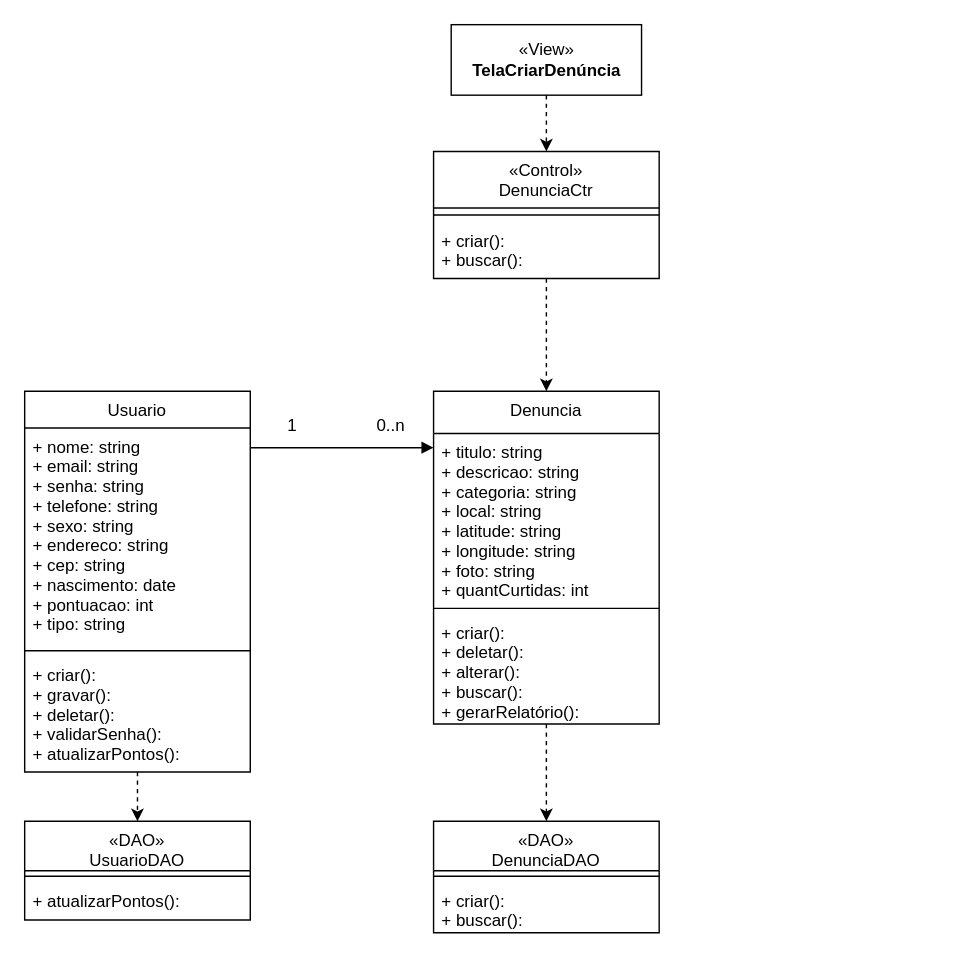
Before: Documentação/Diagramas/Diagramas de Casos de Uso/Diagrama de Caso de Uso Criar Denuncia.drawio in frsouzaa/Documentacao-TCC-NossaVia, a draw.io diagram. Source tidied: cells renumbered, new cells numbered last; positions are measured from the earlier drawing's top-left corner, leaving out a move shared by most shapes. Both pictures are drawn from the tidied source at 141%, with x=0, y=0 at pixel (24, 24).
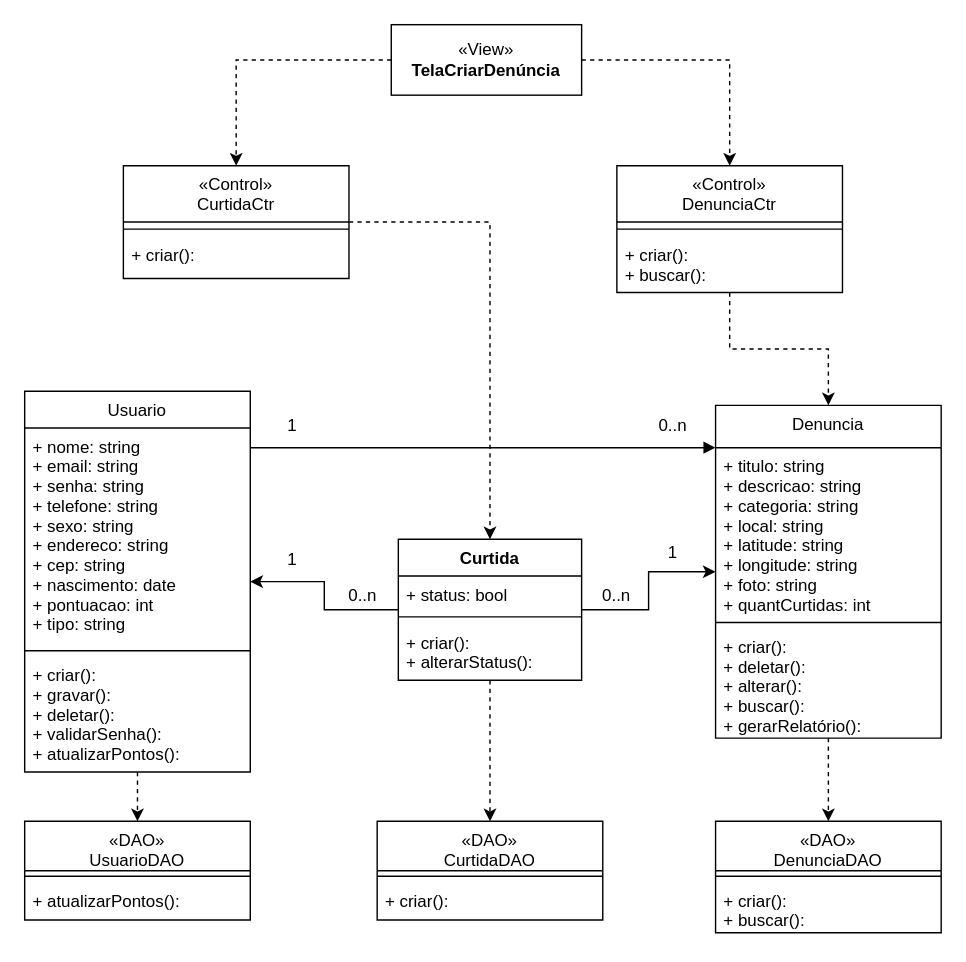
Above is the later version.

Commit message (it also covers changes not shown here):
ajustes nos diagramas de caso de uso

Unchanged cells that the change refers to:
```xml
<mxCell id="7" value="Usuario" style="swimlane;fontStyle=0;align=center;verticalAlign=top;horizontal=1;startSize=26;rounded=0;shadow=0;strokeWidth=1;" parent="1" vertex="1">
  <mxGeometry y="260" width="160" height="270" as="geometry" />
</mxCell>
```

Change to the diagram source:
```diff
@@
     <mxCell id="2" value="Denuncia" style="swimlane;fontStyle=0;align=center;verticalAlign=top;horizontal=1;startSize=30;rounded=0;shadow=0;strokeWidth=1;" parent="1" vertex="1">
-      <mxGeometry x="290" y="260" width="160" height="236" as="geometry" />
+      <mxGeometry x="490" y="270" width="160" height="236" as="geometry" />
     </mxCell>
@@
+    <mxCell id="27" style="edgeStyle=orthogonalEdgeStyle;rounded=0;jettySize=auto;html=1;entryX=0.5;entryY=0;entryDx=0;entryDy=0;dashed=1;exitX=0;exitY=0.5;exitDx=0;exitDy=0;" parent="1" edge="1" source="16" target="29">
+      <mxGeometry relative="1" as="geometry" />
+    </mxCell>
     <mxCell id="16" value="«View»&lt;br&gt;&lt;b&gt;TelaCriarDenúncia&lt;br&gt;&lt;/b&gt;" style="html=1;whiteSpace=wrap;" parent="1" vertex="1">
-      <mxGeometry x="302.5" width="135" height="50" as="geometry" />
+      <mxGeometry x="260" width="135" height="50" as="geometry" />
     </mxCell>
@@
     <mxCell id="18" value="«Control»&#10;DenunciaCtr" style="swimlane;fontStyle=0;align=center;verticalAlign=top;horizontal=1;startSize=40;rounded=0;shadow=0;strokeWidth=1;" parent="1" vertex="1">
-      <mxGeometry x="290" y="90" width="160" height="90" as="geometry" />
+      <mxGeometry x="420" y="100" width="160" height="90" as="geometry" />
     </mxCell>
@@
     <mxCell id="22" value="0..n" style="text;html=1;align=center;verticalAlign=middle;whiteSpace=wrap;rounded=0;" parent="1" vertex="1">
-      <mxGeometry x="230" y="270" width="60" height="30" as="geometry" />
+      <mxGeometry x="430" y="270" width="60" height="30" as="geometry" />
     </mxCell>
-    <mxCell id="23" style="endArrow=block;endFill=1;html=1;edgeStyle=orthogonalEdgeStyle;align=left;verticalAlign=top;rounded=0;" parent="1" edge="1">
+    <mxCell id="23" style="endArrow=block;endFill=1;html=1;edgeStyle=orthogonalEdgeStyle;align=left;verticalAlign=top;rounded=0;" parent="1" edge="1" target="2">
       <mxGeometry x="-1" relative="1" as="geometry">
         <mxPoint x="160" y="300" as="sourcePoint" />
-        <mxPoint x="290" y="300" as="targetPoint" />
+        <Array as="points">
+          <mxPoint x="400" y="300" />
+          <mxPoint x="400" y="300" />
+        </Array>
       </mxGeometry>
     </mxCell>
     <mxCell id="24" value="«DAO»&#10;DenunciaDAO&#10;" style="swimlane;fontStyle=0;align=center;verticalAlign=top;horizontal=1;startSize=35;rounded=0;shadow=0;strokeWidth=1;" parent="1" vertex="1">
-      <mxGeometry x="290" y="565" width="160" height="79" as="geometry" />
+      <mxGeometry x="490" y="565" width="160" height="79" as="geometry" />
     </mxCell>
@@
+    <mxCell id="28" style="edgeStyle=orthogonalEdgeStyle;rounded=0;jettySize=auto;html=1;entryX=0.5;entryY=0;entryDx=0;entryDy=0;dashed=1;" parent="1" edge="1" source="29" target="35">
+      <mxGeometry relative="1" as="geometry" />
+    </mxCell>
+    <mxCell id="29" value="«Control»&#10;CurtidaCtr" style="swimlane;fontStyle=0;align=center;verticalAlign=top;horizontal=1;startSize=40;rounded=0;shadow=0;strokeWidth=1;" parent="1" vertex="1">
+      <mxGeometry x="70" y="100" width="160" height="80" as="geometry" />
+    </mxCell>
+    <mxCell id="30" style="line;html=1;strokeWidth=1;align=left;verticalAlign=middle;spacingTop=-1;spacingLeft=3;spacingRight=3;labelPosition=right;" parent="29" vertex="1">
+      <mxGeometry y="40" width="160" height="10" as="geometry" />
+    </mxCell>
+    <mxCell id="31" value="+ criar():" style="text;align=left;verticalAlign=top;spacingLeft=4;spacingRight=4;overflow=hidden;" parent="29" vertex="1">
+      <mxGeometry y="50" width="160" height="30" as="geometry" />
+    </mxCell>
+    <mxCell id="32" style="edgeStyle=orthogonalEdgeStyle;rounded=0;jettySize=auto;html=1;entryX=0.5;entryY=0;entryDx=0;entryDy=0;dashed=1;" parent="1" edge="1" source="35" target="39">
+      <mxGeometry relative="1" as="geometry" />
+    </mxCell>
+    <mxCell id="33" style="edgeStyle=orthogonalEdgeStyle;rounded=0;jettySize=auto;html=1;" parent="1" edge="1" source="35" target="2">
+      <mxGeometry relative="1" as="geometry" />
+    </mxCell>
+    <mxCell id="34" style="edgeStyle=orthogonalEdgeStyle;rounded=0;jettySize=auto;html=1;" parent="1" edge="1" source="35" target="7">
+      <mxGeometry relative="1" as="geometry" />
+    </mxCell>
+    <mxCell id="35" value="Curtida" style="swimlane;fontStyle=1;align=center;verticalAlign=top;horizontal=1;startSize=26;whiteSpace=wrap;html=1;" parent="1" vertex="1">
+      <mxGeometry x="265" y="365" width="130" height="100" as="geometry" />
+    </mxCell>
+    <mxCell id="36" value="+ status: bool" style="text;strokeColor=none;fillColor=none;align=left;verticalAlign=top;spacingLeft=4;spacingRight=4;overflow=hidden;whiteSpace=wrap;html=1;" parent="35" vertex="1">
+      <mxGeometry y="26" width="130" height="24" as="geometry" />
+    </mxCell>
+    <mxCell id="37" style="line;strokeWidth=1;fillColor=none;align=left;verticalAlign=middle;spacingTop=-1;spacingLeft=3;spacingRight=3;labelPosition=right;strokeColor=inherit;" parent="35" vertex="1">
+      <mxGeometry y="50" width="130" height="10" as="geometry" />
+    </mxCell>
+    <mxCell id="38" value="+ criar():&#10;+ alterarStatus(): " style="text;align=left;verticalAlign=top;spacingLeft=4;spacingRight=4;overflow=hidden;" parent="35" vertex="1">
+      <mxGeometry y="60" width="130" height="40" as="geometry" />
+    </mxCell>
+    <mxCell id="39" value="«DAO»&#10;CurtidaDAO&#10;" style="swimlane;fontStyle=0;align=center;verticalAlign=top;horizontal=1;startSize=35;rounded=0;shadow=0;strokeWidth=1;" parent="1" vertex="1">
+      <mxGeometry x="250" y="565" width="160" height="70" as="geometry" />
+    </mxCell>
+    <mxCell id="40" style="line;html=1;strokeWidth=1;align=left;verticalAlign=middle;spacingTop=-1;spacingLeft=3;spacingRight=3;labelPosition=right;" parent="39" vertex="1">
+      <mxGeometry y="35" width="160" height="8" as="geometry" />
+    </mxCell>
+    <mxCell id="41" value="+ criar():&#10;" style="text;align=left;verticalAlign=top;spacingLeft=4;spacingRight=4;overflow=hidden;" parent="39" vertex="1">
+      <mxGeometry y="43" width="160" height="27" as="geometry" />
+    </mxCell>
+    <mxCell id="42" value="0..n" style="text;html=1;align=center;verticalAlign=middle;whiteSpace=wrap;rounded=0;" parent="1" vertex="1">
+      <mxGeometry x="210" y="390" width="60" height="30" as="geometry" />
+    </mxCell>
+    <mxCell id="43" value="1" style="text;html=1;align=center;verticalAlign=middle;whiteSpace=wrap;rounded=0;" parent="1" vertex="1">
+      <mxGeometry x="160" y="365" width="60" height="30" as="geometry" />
+    </mxCell>
+    <mxCell id="44" value="0..n" style="text;html=1;align=center;verticalAlign=middle;whiteSpace=wrap;rounded=0;" parent="1" vertex="1">
+      <mxGeometry x="390" y="390" width="60" height="30" as="geometry" />
+    </mxCell>
+    <mxCell id="45" value="1" style="text;html=1;align=center;verticalAlign=middle;whiteSpace=wrap;rounded=0;" parent="1" vertex="1">
+      <mxGeometry x="430" y="360" width="60" height="30" as="geometry" />
+    </mxCell>
```
